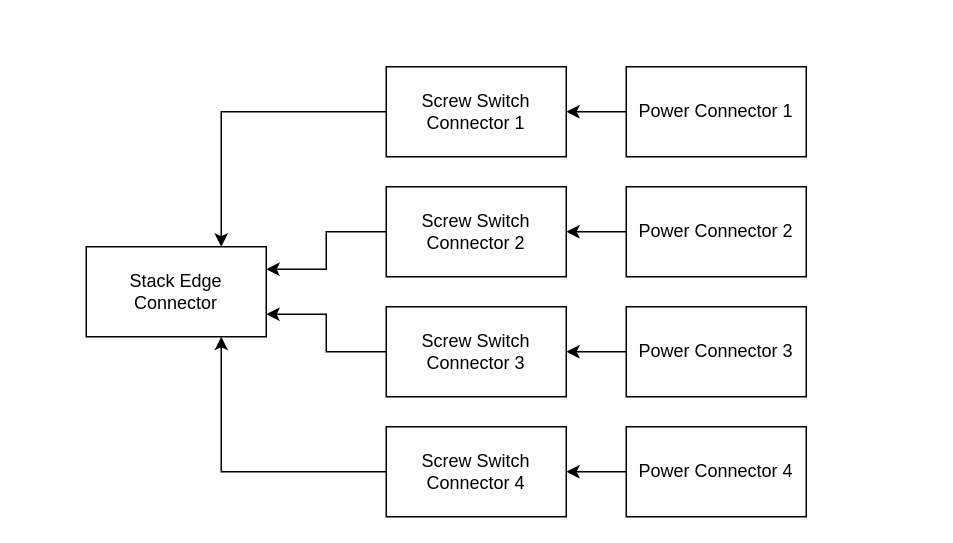
The draw.io diagram Diagrams/Power_Module_Diagram.drawio in Queens-Rocket-Engineering-Team/Avionics-23-25, before the edit. Source tidied: cells renumbered, new cells numbered last; positions are measured from the earlier drawing's top-left corner, leaving out a move shared by most shapes. Both pictures are drawn from the tidied source at 150%, with x=0, y=0 at pixel (86, 66).
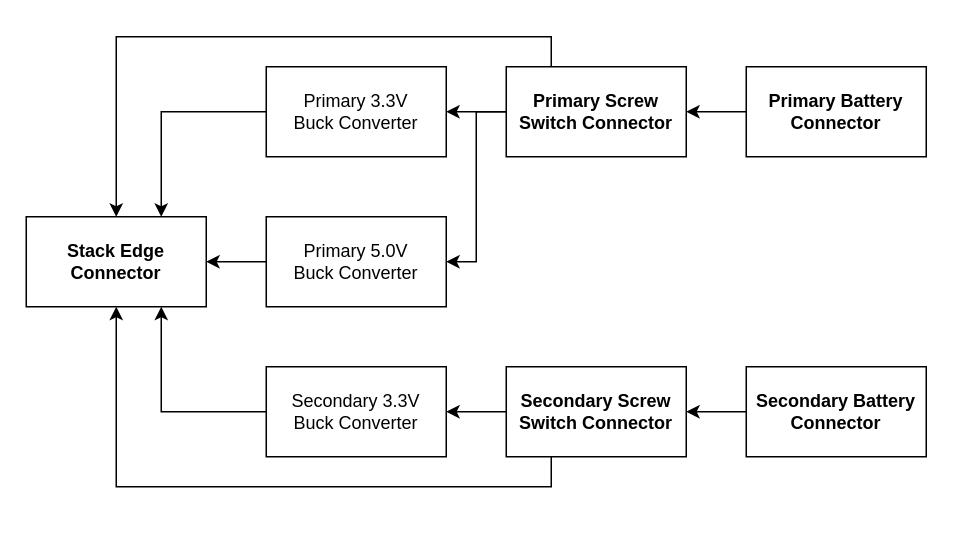
The same diagram, later.

The edit, as a diff of the source:
```diff
@@
 <mxGraphModel>
   <root>
     <mxCell id="0" />
     <mxCell id="1" parent="0" />
-    <mxCell id="2" value="&lt;div&gt;Stack Edge Connector&lt;/div&gt;" style="whiteSpace=wrap;html=1;" parent="1" vertex="1">
-      <mxGeometry y="120" width="120" height="60" as="geometry" />
+    <mxCell id="2" value="&lt;div&gt;Stack Edge Connector&lt;/div&gt;" style="whiteSpace=wrap;html=1;fontStyle=1;" parent="1" vertex="1">
+      <mxGeometry x="-40" y="100" width="120" height="60" as="geometry" />
     </mxCell>
     <mxCell id="3" style="edgeStyle=orthogonalEdgeStyle;rounded=0;jettySize=auto;html=1;" parent="1" edge="1" source="4" target="6">
       <mxGeometry relative="1" as="geometry" />
     </mxCell>
-    <mxCell id="4" value="Power Connector 1" style="whiteSpace=wrap;html=1;" parent="1" vertex="1">
-      <mxGeometry x="360" width="120" height="60" as="geometry" />
+    <mxCell id="4" value="&lt;div&gt;Primary Battery&lt;/div&gt;&lt;div&gt;Connector&lt;br&gt;&lt;/div&gt;" style="whiteSpace=wrap;html=1;fontStyle=1;" parent="1" vertex="1">
+      <mxGeometry x="440" width="120" height="60" as="geometry" />
     </mxCell>
+    <mxCell id="19" style="edgeStyle=orthogonalEdgeStyle;rounded=0;jettySize=auto;html=1;" parent="1" edge="1" source="6" target="23">
+      <mxGeometry relative="1" as="geometry" />
+    </mxCell>
+    <mxCell id="20" style="edgeStyle=orthogonalEdgeStyle;rounded=0;jettySize=auto;html=1;exitX=0;exitY=0.5;exitDx=0;exitDy=0;entryX=1;entryY=0.5;entryDx=0;entryDy=0;" parent="1" edge="1" source="6" target="27">
+      <mxGeometry relative="1" as="geometry" />
+    </mxCell>
-    <mxCell id="5" style="edgeStyle=orthogonalEdgeStyle;rounded=0;jettySize=auto;html=1;entryX=0.75;entryY=0;entryDx=0;entryDy=0;" parent="1" edge="1" source="6" target="2">
+    <mxCell id="5" style="edgeStyle=orthogonalEdgeStyle;rounded=0;jettySize=auto;html=1;exitX=0.25;exitY=0;exitDx=0;exitDy=0;entryX=0.5;entryY=0;entryDx=0;entryDy=0;" parent="1" edge="1" source="6" target="2">
       <mxGeometry relative="1" as="geometry" />
     </mxCell>
-    <mxCell id="6" value="Screw Switch Connector 1" style="whiteSpace=wrap;html=1;" parent="1" vertex="1">
-      <mxGeometry x="200" width="120" height="60" as="geometry" />
+    <mxCell id="6" value="&lt;div&gt;Primary Screw&lt;/div&gt;&lt;div&gt;Switch Connector&lt;br&gt;&lt;/div&gt;" style="whiteSpace=wrap;html=1;fontStyle=1;" parent="1" vertex="1">
+      <mxGeometry x="280" width="120" height="60" as="geometry" />
     </mxCell>
     <mxCell id="7" style="edgeStyle=orthogonalEdgeStyle;rounded=0;jettySize=auto;html=1;" parent="1" edge="1" source="8" target="10">
       <mxGeometry relative="1" as="geometry" />
     </mxCell>
-    <mxCell id="8" value="Power Connector 2" style="whiteSpace=wrap;html=1;" parent="1" vertex="1">
-      <mxGeometry x="360" y="80" width="120" height="60" as="geometry" />
+    <mxCell id="8" value="&lt;div&gt;Secondary Battery&lt;/div&gt;&lt;div&gt;Connector&lt;br&gt;&lt;/div&gt;" style="whiteSpace=wrap;html=1;fontStyle=1;" parent="1" vertex="1">
+      <mxGeometry x="440" y="200" width="120" height="60" as="geometry" />
     </mxCell>
+    <mxCell id="21" style="edgeStyle=orthogonalEdgeStyle;rounded=0;jettySize=auto;html=1;" parent="1" edge="1" source="10" target="25">
+      <mxGeometry relative="1" as="geometry" />
+    </mxCell>
-    <mxCell id="9" style="edgeStyle=orthogonalEdgeStyle;rounded=0;jettySize=auto;html=1;entryX=1;entryY=0.25;entryDx=0;entryDy=0;" parent="1" edge="1" source="10" target="2">
+    <mxCell id="9" style="edgeStyle=orthogonalEdgeStyle;rounded=0;jettySize=auto;html=1;exitX=0.25;exitY=1;exitDx=0;exitDy=0;entryX=0.5;entryY=1;entryDx=0;entryDy=0;" parent="1" edge="1" source="10" target="2">
       <mxGeometry relative="1" as="geometry" />
     </mxCell>
-    <mxCell id="10" value="Screw Switch Connector 2" style="whiteSpace=wrap;html=1;" parent="1" vertex="1">
-      <mxGeometry x="200" y="80" width="120" height="60" as="geometry" />
+    <mxCell id="10" value="&lt;div&gt;Secondary Screw&lt;/div&gt;&lt;div&gt;Switch Connector&lt;br&gt;&lt;/div&gt;" style="whiteSpace=wrap;html=1;fontStyle=1;" parent="1" vertex="1">
+      <mxGeometry x="280" y="200" width="120" height="60" as="geometry" />
     </mxCell>
-    <mxCell id="11" style="edgeStyle=orthogonalEdgeStyle;rounded=0;jettySize=auto;html=1;" parent="1" edge="1" source="12" target="14">
-      <mxGeometry relative="1" as="geometry" />
-    </mxCell>
-    <mxCell id="12" value="Power Connector 3" style="whiteSpace=wrap;html=1;" parent="1" vertex="1">
-      <mxGeometry x="360" y="160" width="120" height="60" as="geometry" />
-    </mxCell>
-    <mxCell id="13" style="edgeStyle=orthogonalEdgeStyle;rounded=0;jettySize=auto;html=1;entryX=1;entryY=0.75;entryDx=0;entryDy=0;" parent="1" edge="1" source="14" target="2">
-      <mxGeometry relative="1" as="geometry" />
-    </mxCell>
-    <mxCell id="14" value="Screw Switch Connector 3" style="whiteSpace=wrap;html=1;" parent="1" vertex="1">
-      <mxGeometry x="200" y="160" width="120" height="60" as="geometry" />
-    </mxCell>
-    <mxCell id="15" style="edgeStyle=orthogonalEdgeStyle;rounded=0;jettySize=auto;html=1;" parent="1" edge="1" source="16" target="18">
-      <mxGeometry relative="1" as="geometry" />
-    </mxCell>
-    <mxCell id="16" value="Power Connector 4" style="whiteSpace=wrap;html=1;" parent="1" vertex="1">
-      <mxGeometry x="360" y="240" width="120" height="60" as="geometry" />
-    </mxCell>
-    <mxCell id="17" style="edgeStyle=orthogonalEdgeStyle;rounded=0;jettySize=auto;html=1;entryX=0.75;entryY=1;entryDx=0;entryDy=0;" parent="1" edge="1" source="18" target="2">
-      <mxGeometry relative="1" as="geometry" />
-    </mxCell>
-    <mxCell id="18" value="Screw Switch Connector 4" style="whiteSpace=wrap;html=1;" parent="1" vertex="1">
-      <mxGeometry x="200" y="240" width="120" height="60" as="geometry" />
-    </mxCell>
+    <mxCell id="22" style="edgeStyle=orthogonalEdgeStyle;rounded=0;jettySize=auto;html=1;exitX=0;exitY=0.5;exitDx=0;exitDy=0;entryX=0.75;entryY=0;entryDx=0;entryDy=0;" parent="1" edge="1" source="23" target="2">
+      <mxGeometry relative="1" as="geometry" />
+    </mxCell>
+    <mxCell id="23" value="Primary 3.3V&lt;br&gt;Buck Converter" style="whiteSpace=wrap;html=1;" parent="1" vertex="1">
+      <mxGeometry x="120" width="120" height="60" as="geometry" />
+    </mxCell>
+    <mxCell id="24" style="edgeStyle=orthogonalEdgeStyle;rounded=0;jettySize=auto;html=1;entryX=0.75;entryY=1;entryDx=0;entryDy=0;" parent="1" edge="1" source="25" target="2">
+      <mxGeometry relative="1" as="geometry" />
+    </mxCell>
+    <mxCell id="25" value="Secondary 3.3V&lt;br&gt;Buck Converter" style="whiteSpace=wrap;html=1;" parent="1" vertex="1">
+      <mxGeometry x="120" y="200" width="120" height="60" as="geometry" />
+    </mxCell>
+    <mxCell id="26" style="edgeStyle=orthogonalEdgeStyle;rounded=0;jettySize=auto;html=1;" parent="1" edge="1" source="27" target="2">
+      <mxGeometry relative="1" as="geometry" />
+    </mxCell>
+    <mxCell id="27" value="Primary 5.0V&lt;br&gt;Buck Converter" style="whiteSpace=wrap;html=1;" parent="1" vertex="1">
+      <mxGeometry x="120" y="100" width="120" height="60" as="geometry" />
+    </mxCell>
   </root>
 </mxGraphModel>
```
